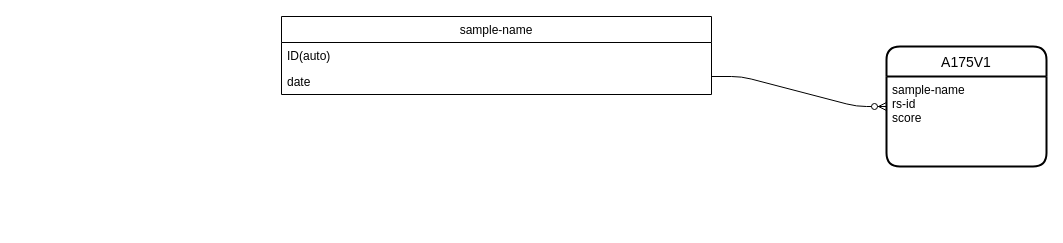
The draw.io diagram Untitled Diagram.drawio in nameOnStone/object_R, before the edit. Source tidied: cells renumbered, new cells numbered last; positions are measured from the earlier drawing's top-left corner, leaving out a move shared by most shapes. Both pictures are drawn from the tidied source at 100%, with x=0, y=0 at pixel (281, 16).
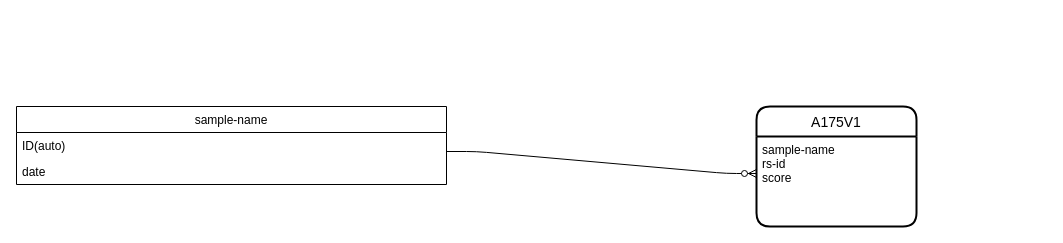
Above is the later version.

What changed in the source:
```diff
@@
 <mxGraphModel>
   <root>
     <mxCell id="0" />
     <mxCell id="1" parent="0" />
     <mxCell id="2" value="sample-name" style="swimlane;fontStyle=0;horizontal=1;startSize=26;fillColor=none;" parent="1" vertex="1">
-      <mxGeometry width="430" height="78" as="geometry" />
+      <mxGeometry x="-265" y="90" width="430" height="78" as="geometry" />
     </mxCell>
     <mxCell id="3" value="ID(auto)" style="text;strokeColor=none;fillColor=none;align=left;verticalAlign=top;spacingLeft=4;spacingRight=4;overflow=hidden;" parent="2" vertex="1">
       <mxGeometry y="26" width="430" height="26" as="geometry" />
     </mxCell>
     <mxCell id="4" value="date" style="text;strokeColor=none;fillColor=none;align=left;verticalAlign=top;spacingLeft=4;spacingRight=4;overflow=hidden;" parent="2" vertex="1">
       <mxGeometry y="52" width="430" height="26" as="geometry" />
     </mxCell>
     <mxCell id="5" value="A175V1" style="swimlane;horizontal=1;startSize=30;rounded=1;fontSize=14;fontStyle=0;strokeWidth=2;shadow=0;dashed=0;align=center;" parent="1" vertex="1">
-      <mxGeometry x="605" y="30" width="160" height="120" as="geometry" />
+      <mxGeometry x="475" y="90" width="160" height="120" as="geometry" />
     </mxCell>
     <mxCell id="6" value="sample-name&#10;rs-id&#10;score&#10;&#10;" style="align=left;strokeColor=none;fillColor=none;spacingLeft=4;fontSize=12;verticalAlign=top;" parent="5" vertex="1">
       <mxGeometry y="30" width="160" height="90" as="geometry" />
     </mxCell>
-    <mxCell id="7" style="edgeStyle=entityRelationEdgeStyle;fontSize=12;html=1;endArrow=ERzeroToMany;endFill=1;" parent="1" edge="1">
+    <mxCell id="7" style="edgeStyle=entityRelationEdgeStyle;fontSize=12;html=1;endArrow=ERzeroToMany;endFill=1;entryX=0;entryY=0.411;entryDx=0;entryDy=0;entryPerimeter=0;" parent="1" edge="1" target="6">
       <mxGeometry relative="1" as="geometry">
-        <mxPoint x="430" y="60" as="sourcePoint" />
-        <mxPoint x="605" y="90" as="targetPoint" />
+        <mxPoint x="165" y="135" as="sourcePoint" />
       </mxGeometry>
     </mxCell>
   </root>
 </mxGraphModel>
```
